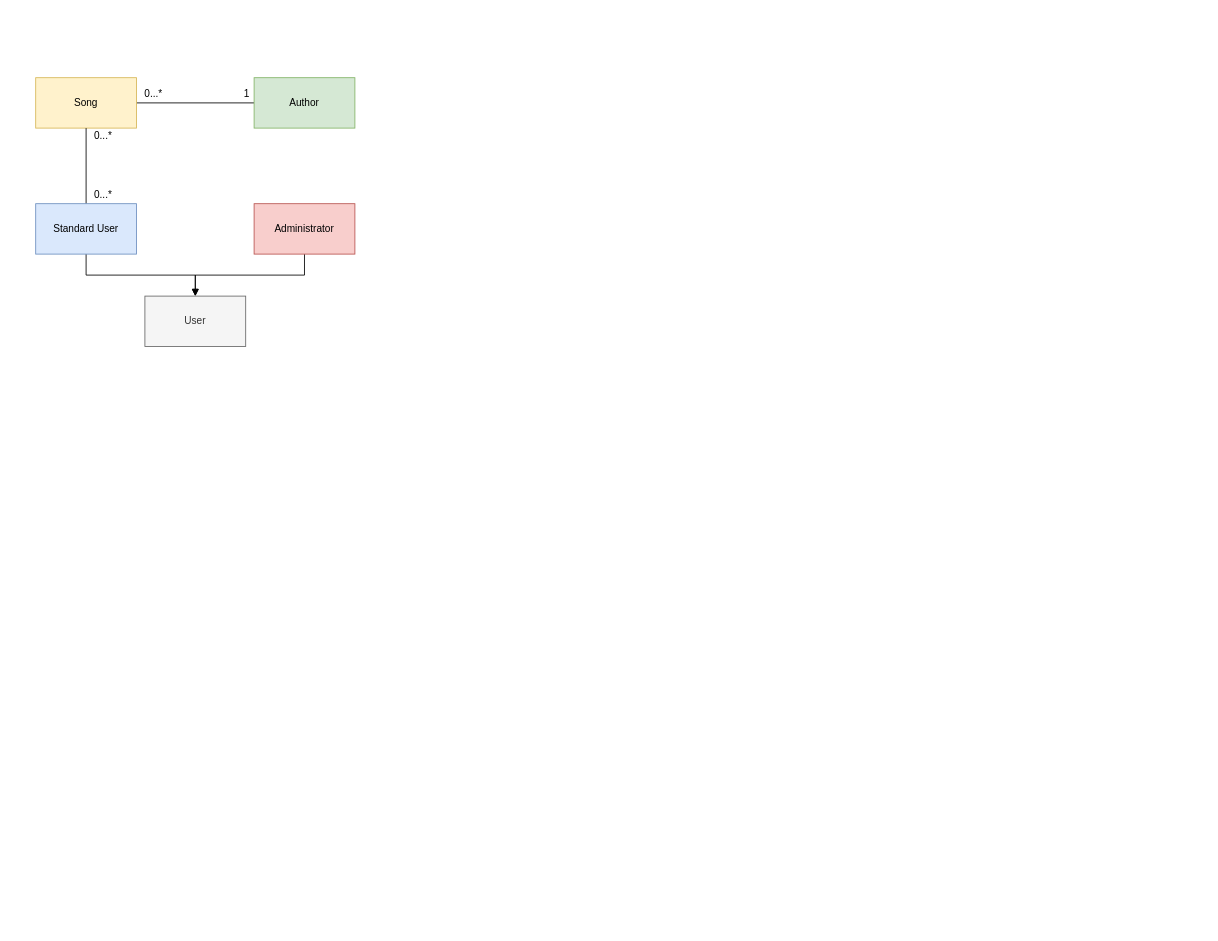
Before: UML.drawio in danielecioffo/SoundHabit, a draw.io diagram. Source tidied: cells renumbered, new cells numbered last; positions are measured from the earlier drawing's top-left corner, leaving out a move shared by most shapes. Both pictures are drawn from the tidied source at 84%, with x=0, y=0 at pixel (35, 77).
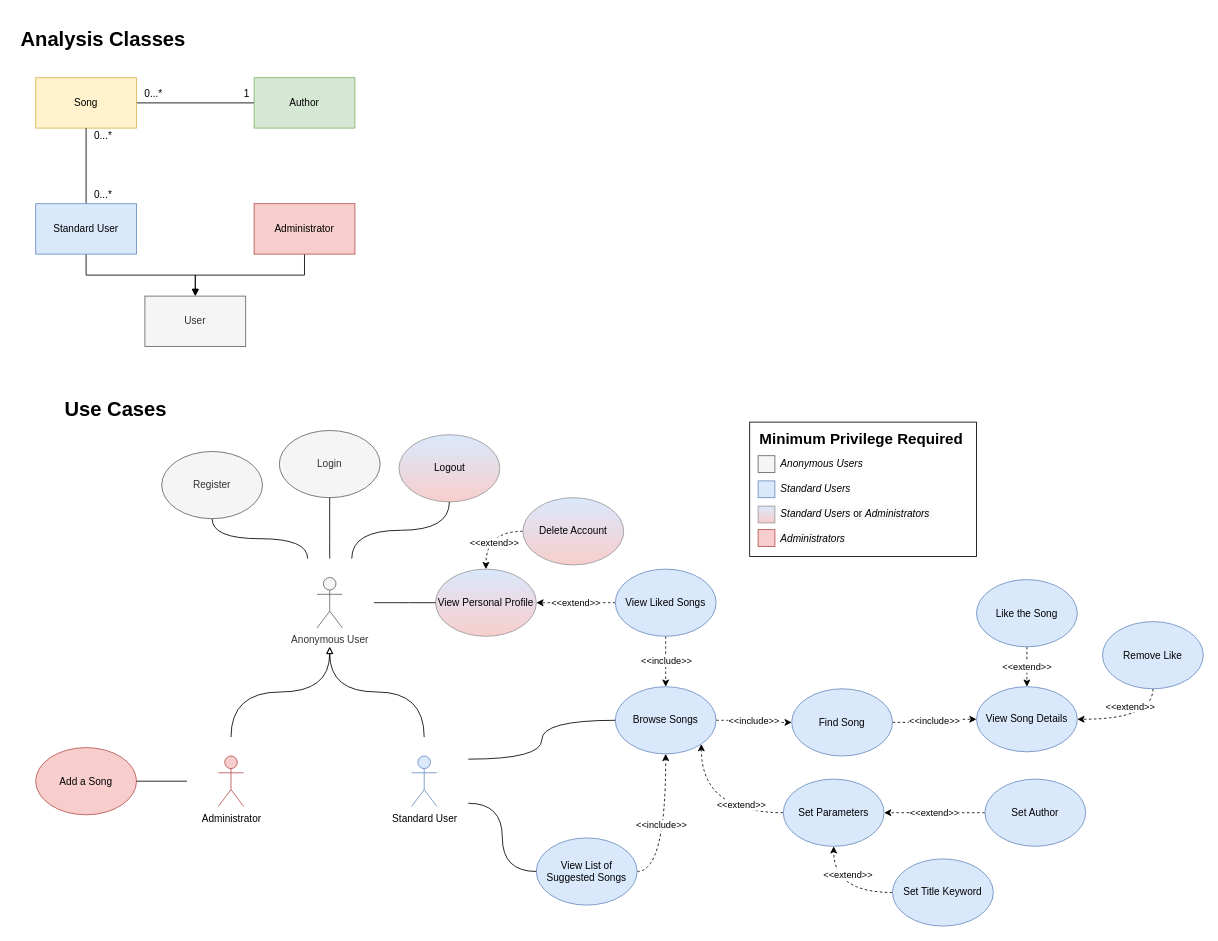
The same page after the edit.

What changed in the source:
```diff
@@
+    <mxCell id="15" style="whiteSpace=wrap;html=1;align=left;" parent="1" vertex="1">
+      <mxGeometry x="850" y="410" width="270" height="160" as="geometry" />
+    </mxCell>
@@
+    <mxCell id="16" value="&lt;h1&gt;Analysis Classes&lt;/h1&gt;" style="text;html=1;align=center;verticalAlign=middle;" parent="1" vertex="1">
+      <mxGeometry x="-25" y="-70" width="210" height="50" as="geometry" />
+    </mxCell>
+    <mxCell id="17" value="&lt;h1&gt;Use Cases&lt;/h1&gt;" style="text;html=1;align=center;verticalAlign=middle;" parent="1" vertex="1">
+      <mxGeometry x="25" y="370" width="140" height="50" as="geometry" />
+    </mxCell>
+    <mxCell id="18" value="Register" style="ellipse;whiteSpace=wrap;html=1;fillColor=#f5f5f5;strokeColor=#666666;fontColor=#333333;" parent="1" vertex="1">
+      <mxGeometry x="150" y="445" width="120" height="80" as="geometry" />
+    </mxCell>
+    <mxCell id="19" style="group;" parent="1" vertex="1">
+      <mxGeometry x="297.5" y="572.5" width="105" height="105" as="geometry" />
+    </mxCell>
+    <mxCell id="20" style="whiteSpace=wrap;html=1;fillColor=none;strokeColor=none;" parent="19" vertex="1">
+      <mxGeometry width="105" height="105" as="geometry" />
+    </mxCell>
+    <mxCell id="21" value="Anonymous User" style="shape=umlActor;verticalLabelPosition=bottom;verticalAlign=top;html=1;fillColor=#f5f5f5;strokeColor=#666666;fontColor=#333333;" parent="19" vertex="1">
+      <mxGeometry x="37.5" y="22.5" width="30" height="60" as="geometry" />
+    </mxCell>
+    <mxCell id="22" style="edgeStyle=orthogonalEdgeStyle;rounded=0;jettySize=auto;html=1;exitX=0.25;exitY=0;exitDx=0;exitDy=0;entryX=0.5;entryY=1;entryDx=0;entryDy=0;curved=1;endArrow=none;endFill=0;" parent="1" edge="1" source="20" target="18">
+      <mxGeometry relative="1" as="geometry" />
+    </mxCell>
+    <mxCell id="23" value="Login" style="ellipse;whiteSpace=wrap;html=1;fillColor=#f5f5f5;strokeColor=#666666;fontColor=#333333;" parent="1" vertex="1">
+      <mxGeometry x="290" y="420" width="120" height="80" as="geometry" />
+    </mxCell>
+    <mxCell id="24" style="edgeStyle=orthogonalEdgeStyle;curved=1;rounded=0;jettySize=auto;html=1;exitX=0.5;exitY=0;exitDx=0;exitDy=0;entryX=0.5;entryY=1;entryDx=0;entryDy=0;endArrow=none;endFill=0;" parent="1" edge="1" source="20" target="23">
+      <mxGeometry relative="1" as="geometry" />
+    </mxCell>
+    <mxCell id="25" value="Logout" style="ellipse;whiteSpace=wrap;html=1;fillColor=#DAE8FC;gradientColor=#F8CECC;strokeColor=#999999;gradientDirection=south;" parent="1" vertex="1">
+      <mxGeometry x="432.5" y="425" width="120" height="80" as="geometry" />
+    </mxCell>
+    <mxCell id="26" style="edgeStyle=orthogonalEdgeStyle;curved=1;rounded=0;jettySize=auto;html=1;exitX=0.75;exitY=0;exitDx=0;exitDy=0;entryX=0.5;entryY=1;entryDx=0;entryDy=0;endArrow=none;endFill=0;" parent="1" edge="1" source="20" target="25">
+      <mxGeometry relative="1" as="geometry" />
+    </mxCell>
+    <mxCell id="27" style="group;" parent="1" vertex="1">
+      <mxGeometry x="410" y="785" width="105" height="105" as="geometry" />
+    </mxCell>
+    <mxCell id="28" style="whiteSpace=wrap;html=1;fillColor=none;strokeColor=none;" parent="27" vertex="1">
+      <mxGeometry width="105" height="105" as="geometry" />
+    </mxCell>
+    <mxCell id="29" value="Standard User" style="shape=umlActor;verticalLabelPosition=bottom;verticalAlign=top;html=1;fillColor=#dae8fc;strokeColor=#6c8ebf;" parent="27" vertex="1">
+      <mxGeometry x="37.5" y="22.5" width="30" height="60" as="geometry" />
+    </mxCell>
+    <mxCell id="30" style="edgeStyle=orthogonalEdgeStyle;curved=1;rounded=0;jettySize=auto;html=1;exitX=0.5;exitY=0;exitDx=0;exitDy=0;entryX=0.5;entryY=1;entryDx=0;entryDy=0;endArrow=block;endFill=0;" parent="1" edge="1" source="28" target="20">
+      <mxGeometry relative="1" as="geometry" />
+    </mxCell>
+    <mxCell id="31" style="group;" parent="1" vertex="1">
+      <mxGeometry x="180" y="785" width="105" height="105" as="geometry" />
+    </mxCell>
+    <mxCell id="32" style="whiteSpace=wrap;html=1;fillColor=none;strokeColor=none;" parent="31" vertex="1">
+      <mxGeometry width="105" height="105" as="geometry" />
+    </mxCell>
+    <mxCell id="33" value="Administrator" style="shape=umlActor;verticalLabelPosition=bottom;verticalAlign=top;html=1;fillColor=#f8cecc;strokeColor=#b85450;" parent="31" vertex="1">
+      <mxGeometry x="37.5" y="22.5" width="30" height="60" as="geometry" />
+    </mxCell>
+    <mxCell id="34" style="edgeStyle=orthogonalEdgeStyle;curved=1;rounded=0;jettySize=auto;html=1;exitX=0.5;exitY=0;exitDx=0;exitDy=0;entryX=0.5;entryY=1;entryDx=0;entryDy=0;endArrow=block;endFill=0;" parent="1" edge="1" source="32" target="20">
+      <mxGeometry relative="1" as="geometry" />
+    </mxCell>
+    <mxCell id="35" value="&amp;lt;&amp;lt;include&amp;gt;&amp;gt;" style="edgeStyle=orthogonalEdgeStyle;curved=1;rounded=0;jettySize=auto;html=1;exitX=1;exitY=0.5;exitDx=0;exitDy=0;entryX=0;entryY=0.5;entryDx=0;entryDy=0;dashed=1;startArrow=none;startFill=0;endArrow=classic;endFill=1;" parent="1" edge="1" source="36" target="39">
+      <mxGeometry relative="1" as="geometry" />
+    </mxCell>
+    <mxCell id="36" value="Browse Songs" style="ellipse;whiteSpace=wrap;html=1;fillColor=#dae8fc;strokeColor=#6c8ebf;" parent="1" vertex="1">
+      <mxGeometry x="690" y="725" width="120" height="80" as="geometry" />
+    </mxCell>
+    <mxCell id="37" style="edgeStyle=orthogonalEdgeStyle;curved=1;rounded=0;jettySize=auto;html=1;exitX=1;exitY=0.25;exitDx=0;exitDy=0;entryX=0;entryY=0.5;entryDx=0;entryDy=0;endArrow=none;endFill=0;" parent="1" edge="1" source="28" target="36">
+      <mxGeometry relative="1" as="geometry" />
+    </mxCell>
+    <mxCell id="38" value="&amp;lt;&amp;lt;include&amp;gt;&amp;gt;" style="edgeStyle=orthogonalEdgeStyle;curved=1;rounded=0;jettySize=auto;html=1;exitX=1;exitY=0.5;exitDx=0;exitDy=0;dashed=1;endArrow=classic;endFill=1;" parent="1" edge="1" source="39" target="48">
+      <mxGeometry relative="1" as="geometry" />
+    </mxCell>
+    <mxCell id="39" value="Find Song" style="ellipse;whiteSpace=wrap;html=1;fillColor=#dae8fc;strokeColor=#6c8ebf;" parent="1" vertex="1">
+      <mxGeometry x="900" y="727.5" width="120" height="80" as="geometry" />
+    </mxCell>
+    <mxCell id="40" style="edgeStyle=orthogonalEdgeStyle;curved=1;rounded=0;jettySize=auto;html=1;exitX=0;exitY=0.5;exitDx=0;exitDy=0;entryX=1;entryY=1;entryDx=0;entryDy=0;dashed=1;startArrow=none;startFill=0;endArrow=classic;endFill=1;" parent="1" edge="1" source="42" target="36">
+      <mxGeometry relative="1" as="geometry" />
+    </mxCell>
+    <mxCell id="41" value="&amp;lt;&amp;lt;extend&amp;gt;&amp;gt;" style="edgeLabel;html=1;align=center;verticalAlign=middle;" parent="40" vertex="1">
+      <mxGeometry x="-0.28" y="-22" relative="1" as="geometry">
+        <mxPoint x="14.3" y="12" as="offset" />
+      </mxGeometry>
+    </mxCell>
+    <mxCell id="42" value="Set Parameters" style="ellipse;whiteSpace=wrap;html=1;fillColor=#dae8fc;strokeColor=#6c8ebf;" parent="1" vertex="1">
+      <mxGeometry x="890" y="835" width="120" height="80" as="geometry" />
+    </mxCell>
+    <mxCell id="43" value="&amp;lt;&amp;lt;extend&amp;gt;&amp;gt;" style="edgeStyle=orthogonalEdgeStyle;curved=1;rounded=0;jettySize=auto;html=1;exitX=0;exitY=0.5;exitDx=0;exitDy=0;entryX=1;entryY=0.5;entryDx=0;entryDy=0;dashed=1;startArrow=none;startFill=0;endArrow=classic;endFill=1;" parent="1" edge="1" source="44" target="42">
+      <mxGeometry relative="1" as="geometry">
+        <Array as="points">
+          <mxPoint x="1060" y="875" />
+          <mxPoint x="1060" y="875" />
+        </Array>
+      </mxGeometry>
+    </mxCell>
+    <mxCell id="44" value="Set Author" style="ellipse;whiteSpace=wrap;html=1;fillColor=#dae8fc;strokeColor=#6c8ebf;" parent="1" vertex="1">
+      <mxGeometry x="1130" y="835" width="120" height="80" as="geometry" />
+    </mxCell>
+    <mxCell id="45" style="edgeStyle=orthogonalEdgeStyle;curved=1;rounded=0;jettySize=auto;html=1;exitX=0;exitY=0.5;exitDx=0;exitDy=0;entryX=0.5;entryY=1;entryDx=0;entryDy=0;dashed=1;startArrow=none;startFill=0;endArrow=classic;endFill=1;" parent="1" edge="1" source="47" target="42">
+      <mxGeometry relative="1" as="geometry" />
+    </mxCell>
+    <mxCell id="46" value="&amp;lt;&amp;lt;extend&amp;gt;&amp;gt;" style="edgeLabel;html=1;align=center;verticalAlign=middle;" parent="45" vertex="1">
+      <mxGeometry x="-0.13" y="-22" relative="1" as="geometry" />
+    </mxCell>
+    <mxCell id="47" value="Set Title Keyword" style="ellipse;whiteSpace=wrap;html=1;fillColor=#dae8fc;strokeColor=#6c8ebf;" parent="1" vertex="1">
+      <mxGeometry x="1020" y="930" width="120" height="80" as="geometry" />
+    </mxCell>
+    <mxCell id="48" value="View Song Details" style="ellipse;whiteSpace=wrap;html=1;fillColor=#dae8fc;strokeColor=#6c8ebf;" parent="1" vertex="1">
+      <mxGeometry x="1120" y="725" width="120" height="77.5" as="geometry" />
+    </mxCell>
+    <mxCell id="49" value="&amp;lt;&amp;lt;extend&amp;gt;&amp;gt;" style="edgeStyle=orthogonalEdgeStyle;curved=1;rounded=0;jettySize=auto;html=1;exitX=0.5;exitY=1;exitDx=0;exitDy=0;dashed=1;endArrow=classic;endFill=1;entryX=0.5;entryY=0;entryDx=0;entryDy=0;" parent="1" edge="1" source="50" target="48">
+      <mxGeometry relative="1" as="geometry" />
+    </mxCell>
+    <mxCell id="50" value="Like the Song" style="ellipse;whiteSpace=wrap;html=1;fillColor=#dae8fc;strokeColor=#6c8ebf;" parent="1" vertex="1">
+      <mxGeometry x="1120" y="597.5" width="120" height="80" as="geometry" />
+    </mxCell>
+    <mxCell id="51" value="Add a Song" style="ellipse;whiteSpace=wrap;html=1;fillColor=#f8cecc;strokeColor=#b85450;" parent="1" vertex="1">
+      <mxGeometry y="797.5" width="120" height="80" as="geometry" />
+    </mxCell>
+    <mxCell id="52" style="edgeStyle=orthogonalEdgeStyle;curved=1;rounded=0;jettySize=auto;html=1;exitX=0;exitY=0.5;exitDx=0;exitDy=0;entryX=1;entryY=0.5;entryDx=0;entryDy=0;endArrow=none;endFill=0;" parent="1" edge="1" source="32" target="51">
+      <mxGeometry relative="1" as="geometry" />
+    </mxCell>
+    <mxCell id="53" value="View Personal Profile" style="ellipse;whiteSpace=wrap;html=1;fillColor=#DAE8FC;gradientColor=#F8CECC;strokeColor=#999999;gradientDirection=south;" parent="1" vertex="1">
+      <mxGeometry x="476" y="585" width="120" height="80" as="geometry" />
+    </mxCell>
+    <mxCell id="54" style="edgeStyle=orthogonalEdgeStyle;curved=1;rounded=0;jettySize=auto;html=1;exitX=1;exitY=0.5;exitDx=0;exitDy=0;endArrow=none;endFill=0;" parent="1" edge="1" source="20" target="53">
+      <mxGeometry relative="1" as="geometry" />
+    </mxCell>
+    <mxCell id="55" style="edgeStyle=orthogonalEdgeStyle;curved=1;rounded=0;jettySize=auto;html=1;exitX=0;exitY=0.5;exitDx=0;exitDy=0;entryX=0.5;entryY=0;entryDx=0;entryDy=0;endArrow=classic;endFill=1;dashed=1;" parent="1" edge="1" source="57" target="53">
+      <mxGeometry relative="1" as="geometry" />
+    </mxCell>
+    <mxCell id="56" value="&amp;lt;&amp;lt;extend&amp;gt;&amp;gt;" style="edgeLabel;html=1;align=center;verticalAlign=middle;" parent="55" vertex="1">
+      <mxGeometry x="-0.18" y="13" relative="1" as="geometry">
+        <mxPoint x="1" as="offset" />
+      </mxGeometry>
+    </mxCell>
+    <mxCell id="57" value="Delete Account" style="ellipse;whiteSpace=wrap;html=1;fillColor=#DAE8FC;gradientColor=#F8CECC;strokeColor=#999999;gradientDirection=south;" parent="1" vertex="1">
+      <mxGeometry x="580" y="500" width="120" height="80" as="geometry" />
+    </mxCell>
+    <mxCell id="58" style="rounded=0;jettySize=auto;html=1;exitX=0.5;exitY=1;exitDx=0;exitDy=0;entryX=0.5;entryY=0;entryDx=0;entryDy=0;dashed=1;startArrow=none;startFill=0;endArrow=classic;endFill=1;edgeStyle=orthogonalEdgeStyle;curved=1;" parent="1" edge="1" source="61" target="36">
+      <mxGeometry relative="1" as="geometry" />
+    </mxCell>
+    <mxCell id="59" value="&amp;lt;&amp;lt;include&amp;gt;&amp;gt;" style="edgeLabel;html=1;align=center;verticalAlign=middle;" parent="58" vertex="1">
+      <mxGeometry x="0.13" y="2" relative="1" as="geometry">
+        <mxPoint x="-2" y="-4.3" as="offset" />
+      </mxGeometry>
+    </mxCell>
+    <mxCell id="60" value="&amp;lt;&amp;lt;extend&amp;gt;&amp;gt;" style="edgeStyle=orthogonalEdgeStyle;curved=1;rounded=0;jettySize=auto;html=1;exitX=0;exitY=0.5;exitDx=0;exitDy=0;entryX=1;entryY=0.5;entryDx=0;entryDy=0;dashed=1;startArrow=none;startFill=0;endArrow=classic;endFill=1;" parent="1" edge="1" source="61" target="53">
+      <mxGeometry relative="1" as="geometry">
+        <Array as="points">
+          <mxPoint x="650" y="625" />
+          <mxPoint x="650" y="625" />
+        </Array>
+      </mxGeometry>
+    </mxCell>
+    <mxCell id="61" value="View Liked Songs" style="ellipse;whiteSpace=wrap;html=1;fillColor=#dae8fc;strokeColor=#6c8ebf;gradientDirection=south;" parent="1" vertex="1">
+      <mxGeometry x="690" y="585" width="120" height="80" as="geometry" />
+    </mxCell>
+    <mxCell id="62" style="edgeStyle=orthogonalEdgeStyle;curved=1;rounded=0;jettySize=auto;html=1;exitX=0.5;exitY=1;exitDx=0;exitDy=0;entryX=1;entryY=0.5;entryDx=0;entryDy=0;dashed=1;startArrow=none;startFill=0;endArrow=classic;endFill=1;" parent="1" edge="1" source="64" target="48">
+      <mxGeometry relative="1" as="geometry" />
+    </mxCell>
+    <mxCell id="63" value="&amp;lt;&amp;lt;extend&amp;gt;&amp;gt;" style="edgeLabel;html=1;align=center;verticalAlign=middle;" parent="62" vertex="1">
+      <mxGeometry x="0.02" y="-15" relative="1" as="geometry" />
+    </mxCell>
+    <mxCell id="64" value="Remove Like" style="ellipse;whiteSpace=wrap;html=1;fillColor=#dae8fc;strokeColor=#6c8ebf;" parent="1" vertex="1">
+      <mxGeometry x="1270" y="647.5" width="120" height="80" as="geometry" />
+    </mxCell>
+    <mxCell id="65" style="edgeStyle=orthogonalEdgeStyle;curved=1;rounded=0;jettySize=auto;html=1;exitX=1;exitY=0.5;exitDx=0;exitDy=0;entryX=0.5;entryY=1;entryDx=0;entryDy=0;startArrow=none;startFill=0;endArrow=classic;endFill=1;dashed=1;" parent="1" edge="1" source="67" target="36">
+      <mxGeometry relative="1" as="geometry" />
+    </mxCell>
+    <mxCell id="66" value="&amp;lt;&amp;lt;include&amp;gt;&amp;gt;" style="edgeLabel;html=1;align=center;verticalAlign=middle;" parent="65" vertex="1">
+      <mxGeometry x="0.04" y="6" relative="1" as="geometry" />
+    </mxCell>
+    <mxCell id="67" value="View List of Suggested Songs" style="ellipse;whiteSpace=wrap;html=1;fillColor=#dae8fc;strokeColor=#6c8ebf;" parent="1" vertex="1">
+      <mxGeometry x="596" y="905" width="120" height="80" as="geometry" />
+    </mxCell>
+    <mxCell id="68" style="edgeStyle=orthogonalEdgeStyle;curved=1;rounded=0;jettySize=auto;html=1;exitX=1;exitY=0.75;exitDx=0;exitDy=0;entryX=0;entryY=0.5;entryDx=0;entryDy=0;startArrow=none;startFill=0;endArrow=none;endFill=0;" parent="1" edge="1" source="28" target="67">
+      <mxGeometry relative="1" as="geometry" />
+    </mxCell>
+    <mxCell id="69" value="&lt;h2&gt;Minimum Privilege Required&lt;/h2&gt;" style="text;html=1;align=left;verticalAlign=middle;" parent="1" vertex="1">
+      <mxGeometry x="860" y="405" width="260" height="50" as="geometry" />
+    </mxCell>
+    <mxCell id="70" style="whiteSpace=wrap;html=1;strokeColor=#6c8ebf;fillColor=#dae8fc;" parent="1" vertex="1">
+      <mxGeometry x="860" y="480" width="20" height="20" as="geometry" />
+    </mxCell>
+    <mxCell id="71" value="&lt;p&gt;&lt;i&gt;Anonymous Users&lt;/i&gt;&lt;/p&gt;" style="text;html=1;align=left;verticalAlign=middle;" parent="1" vertex="1">
+      <mxGeometry x="885" y="440" width="110" height="40" as="geometry" />
+    </mxCell>
+    <mxCell id="72" value="&lt;p&gt;&lt;i&gt;Standard Users&lt;/i&gt;&lt;/p&gt;" style="text;html=1;align=left;verticalAlign=middle;" parent="1" vertex="1">
+      <mxGeometry x="885" y="470" width="100" height="40" as="geometry" />
+    </mxCell>
+    <mxCell id="73" value="&lt;i style=&quot;color: rgb(0 , 0 , 0) ; font-family: &amp;#34;helvetica&amp;#34; ; font-size: 12px ; font-weight: 400 ; letter-spacing: normal ; text-align: left ; text-indent: 0px ; text-transform: none ; word-spacing: 0px ; background-color: rgb(248 , 249 , 250)&quot;&gt;Standard Users &lt;/i&gt;&lt;span style=&quot;color: rgb(0 , 0 , 0) ; font-family: &amp;#34;helvetica&amp;#34; ; font-size: 12px ; font-weight: 400 ; letter-spacing: normal ; text-align: left ; text-indent: 0px ; text-transform: none ; word-spacing: 0px ; background-color: rgb(248 , 249 , 250)&quot;&gt;or &lt;/span&gt;&lt;i style=&quot;color: rgb(0 , 0 , 0) ; font-family: &amp;#34;helvetica&amp;#34; ; font-size: 12px ; font-weight: 400 ; letter-spacing: normal ; text-align: left ; text-indent: 0px ; text-transform: none ; word-spacing: 0px ; background-color: rgb(248 , 249 , 250)&quot;&gt;Administrators&amp;nbsp;&lt;/i&gt;" style="text;whiteSpace=wrap;html=1;" parent="1" vertex="1">
+      <mxGeometry x="885" y="506" width="190" height="30" as="geometry" />
+    </mxCell>
+    <mxCell id="74" style="whiteSpace=wrap;html=1;strokeColor=#666666;fillColor=#f5f5f5;fontColor=#333333;" parent="1" vertex="1">
+      <mxGeometry x="860" y="450" width="20" height="20" as="geometry" />
+    </mxCell>
+    <mxCell id="75" style="whiteSpace=wrap;html=1;strokeColor=#999999;fillColor=#DAE8FC;gradientColor=#F8CECC;gradientDirection=south;" parent="1" vertex="1">
+      <mxGeometry x="860" y="510" width="20" height="20" as="geometry" />
+    </mxCell>
+    <mxCell id="76" style="whiteSpace=wrap;html=1;strokeColor=#b85450;fillColor=#f8cecc;gradientDirection=south;" parent="1" vertex="1">
+      <mxGeometry x="860" y="538" width="20" height="20" as="geometry" />
+    </mxCell>
+    <mxCell id="77" value="&lt;i style=&quot;color: rgb(0 , 0 , 0) ; font-family: &amp;#34;helvetica&amp;#34; ; font-size: 12px ; font-weight: 400 ; letter-spacing: normal ; text-align: left ; text-indent: 0px ; text-transform: none ; word-spacing: 0px ; background-color: rgb(248 , 249 , 250)&quot;&gt;Administrators&lt;/i&gt;" style="text;whiteSpace=wrap;html=1;" parent="1" vertex="1">
+      <mxGeometry x="885" y="535" width="190" height="30" as="geometry" />
+    </mxCell>
```
